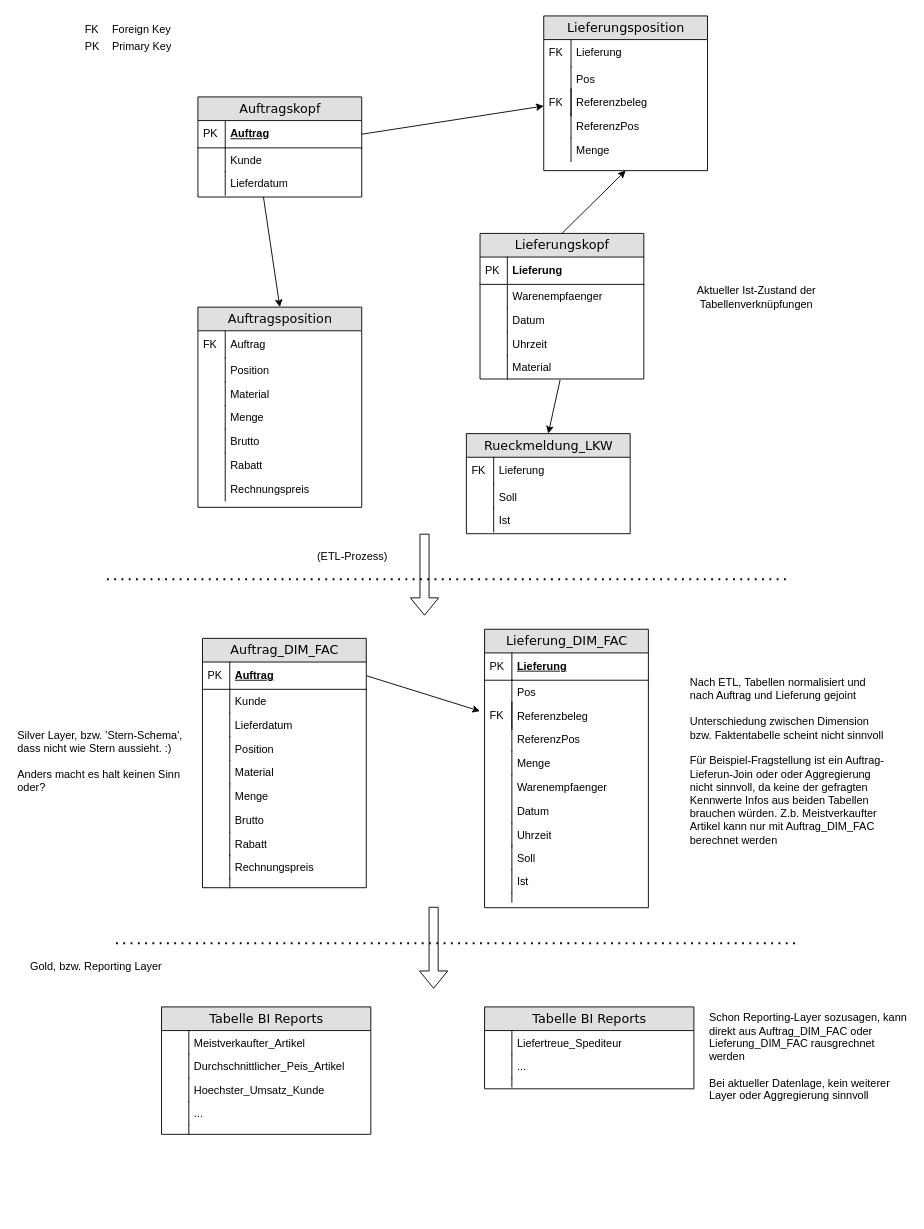
The draw.io diagram diagrams/Task_2_Diagram_ArminThies.drawio in Armin309/app_bosch_homecomfort, before the edit. Source tidied: cells renumbered, new cells numbered last; positions are measured from the earlier drawing's top-left corner, leaving out a move shared by most shapes. Both pictures are drawn from the tidied source at 91%, with x=0, y=0 at pixel (15, 15).
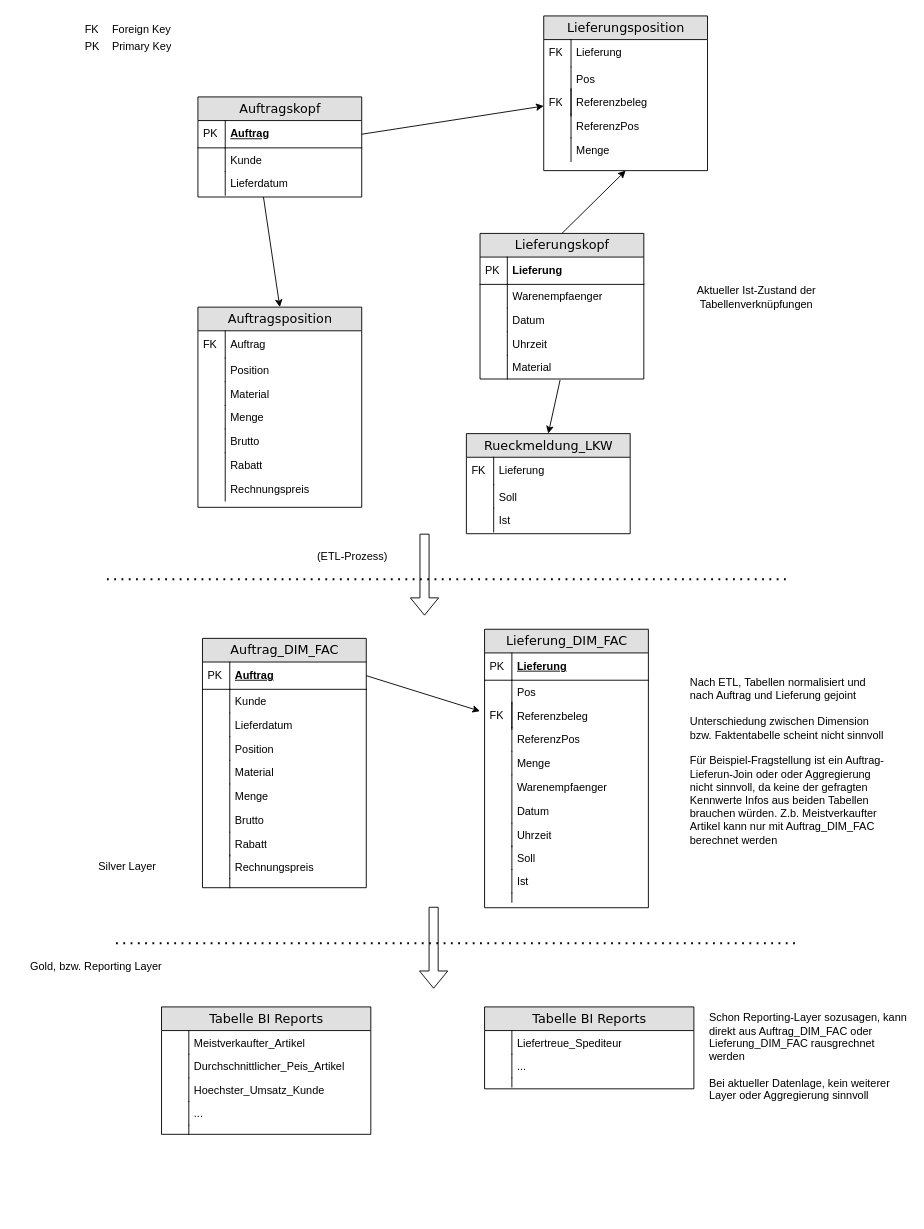
The same diagram, later.

Diff of the diagram source:
```diff
@@
-    <mxCell id="157" value="Silver Layer, bzw. 'Stern-Schema', dass nicht wie Stern aussieht. :)&lt;div&gt;&lt;br&gt;&lt;/div&gt;&lt;div&gt;Anders macht es halt keinen Sinn oder?&amp;nbsp;&lt;/div&gt;" style="text;html=1;align=left;verticalAlign=middle;whiteSpace=wrap;rounded=0;" parent="1" vertex="1">
-      <mxGeometry y="779" width="191" height="80" as="geometry" />
-    </mxCell>
@@
+    <mxCell id="163" value="Silver Layer" style="text;html=1;align=left;verticalAlign=middle;whiteSpace=wrap;rounded=0;" parent="1" vertex="1">
+      <mxGeometry x="89" y="919" width="71" height="31" as="geometry" />
+    </mxCell>
```
